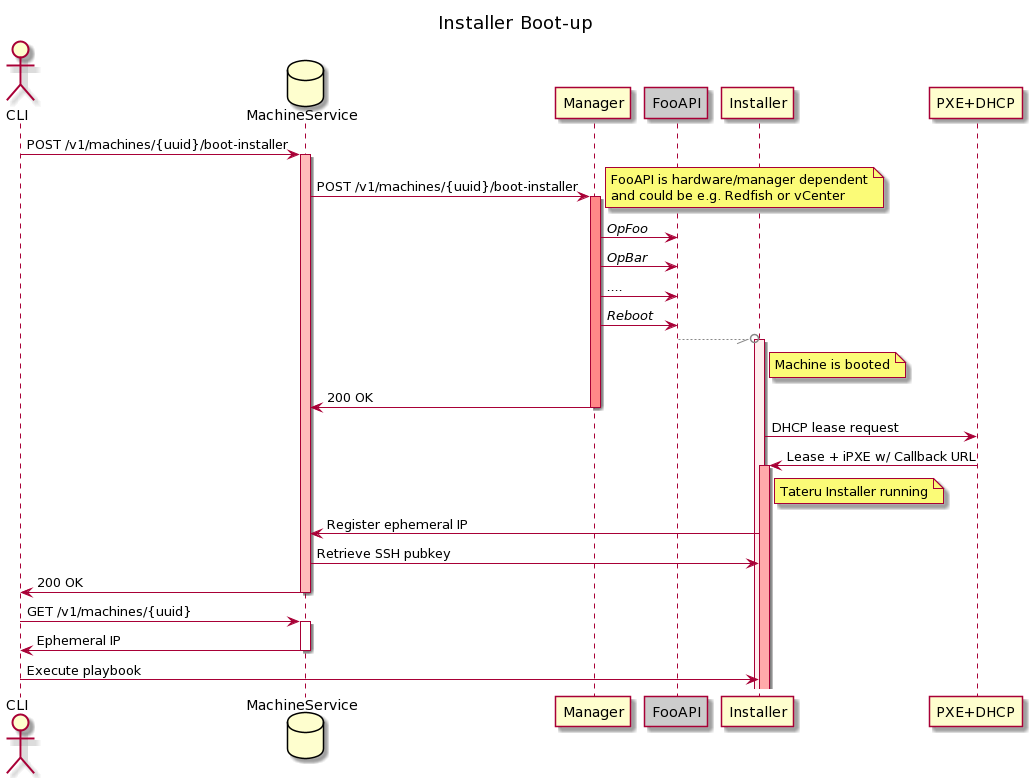
Above: api/installer-boot.png in tateru/tateru (PlantUML), before the change.
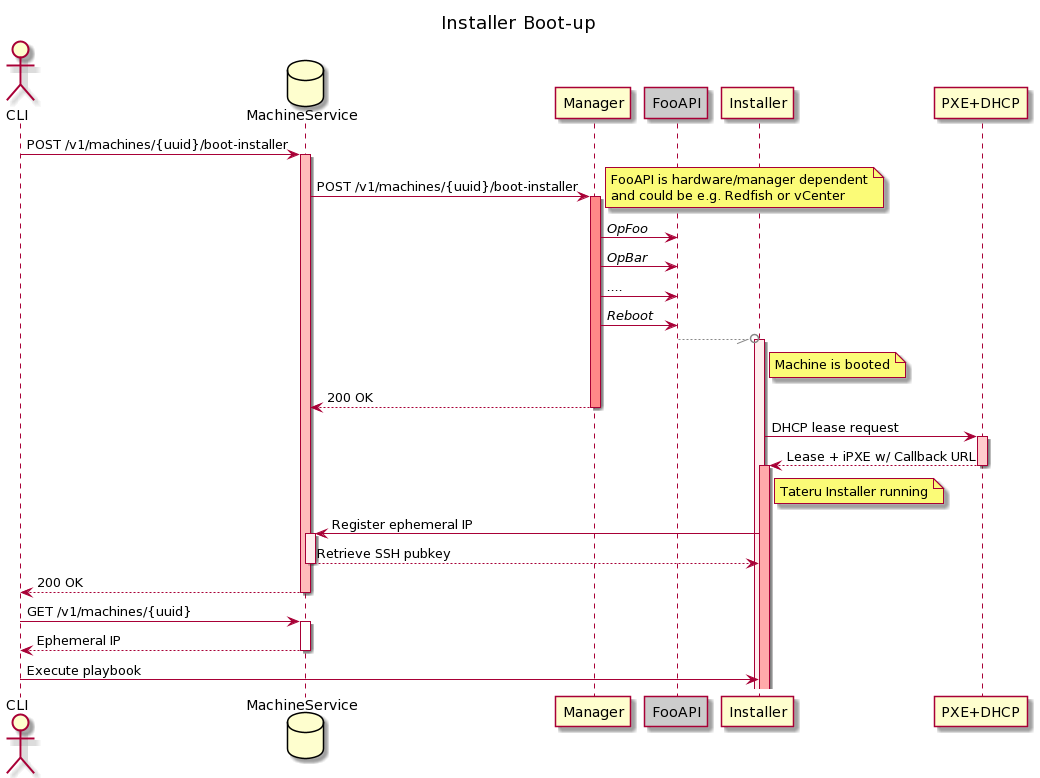
After the change.

Commit message:
Use dashed reply lines and more activation blocks

Should make the diagram a bit easier to read.

The edit, as a diff of the source:
```diff
@@ -26,23 +26,28 @@
 activate Installer #FFEEEE
 note right of Installer : Machine is booted
 
-Manager->MachineService: 200 OK
+Manager-->MachineService: 200 OK
 deactivate Manager
 
 Installer->"PXE+DHCP": DHCP lease request
-"PXE+DHCP"->Installer: Lease + iPXE w/ Callback URL
+activate "PXE+DHCP" #FFCCCC
+"PXE+DHCP"-->Installer: Lease + iPXE w/ Callback URL
+deactivate "PXE+DHCP" #FFCCCC
 
 activate Installer #FFAAAA
 note right of Installer : Tateru Installer running
 
 Installer->MachineService: Register ephemeral IP
-MachineService->Installer: Retrieve SSH pubkey
-MachineService->CLI: 200 OK
+activate MachineService #FFEEEE
+MachineService-->Installer: Retrieve SSH pubkey
+deactivate MachineService #FFEEEE
+
+MachineService-->CLI: 200 OK
 deactivate MachineService
 
 CLI->MachineService: GET /v1/machines/{uuid}
 activate MachineService
-MachineService->CLI:Ephemeral IP
+MachineService-->CLI:Ephemeral IP
 deactivate MachineService
 
 CLI->Installer: Execute playbook
```
